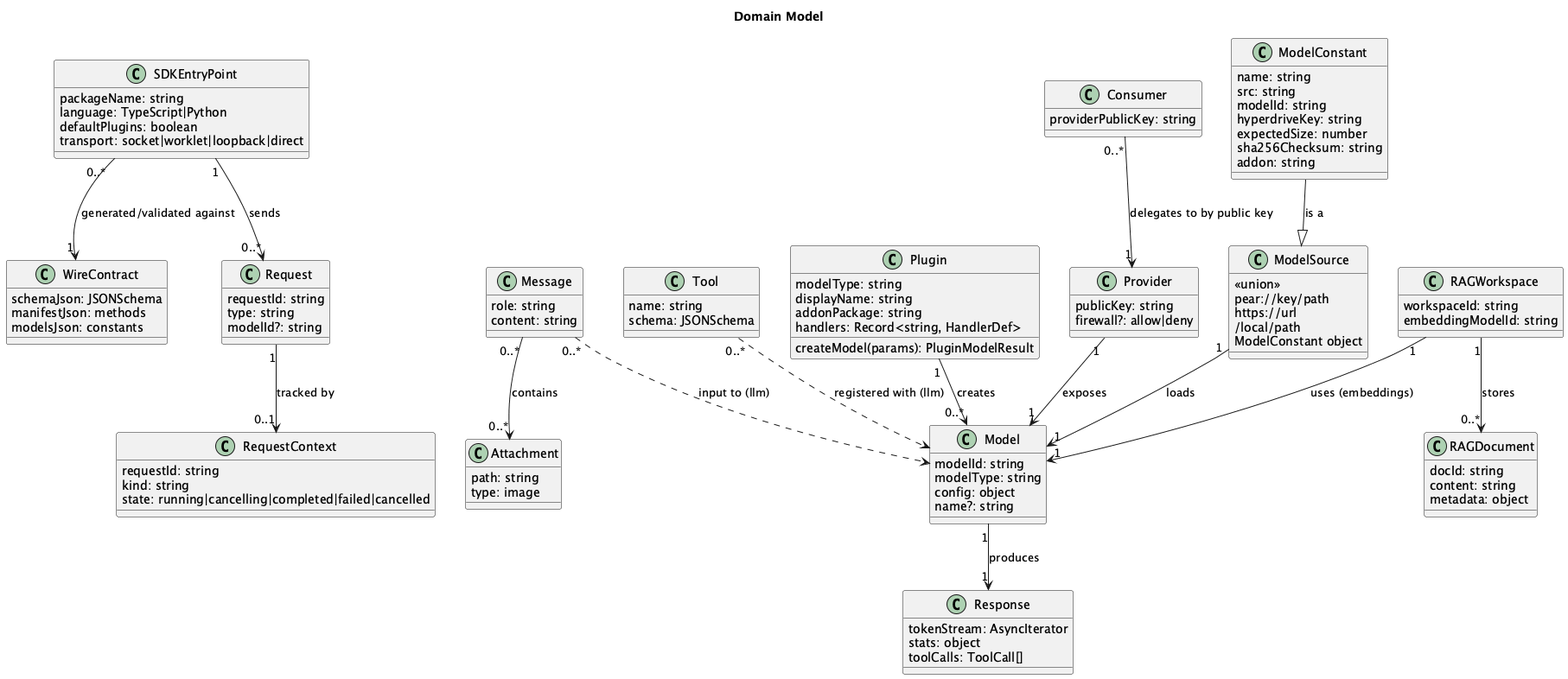
Above: docs/architecture/puml/images/06-domain-model.png in Zbig9000/qvac (PlantUML), before the change. Its diagram source:
```plantuml
@startuml
title Domain Model

top to bottom direction

class SDKEntryPoint {
    packageName: string
    language: TypeScript|Python
    defaultPlugins: boolean
    transport: socket|worklet|loopback|direct
}

class WireContract {
    schemaJson: JSONSchema
    manifestJson: methods
    modelsJson: constants
}

class Plugin {
    modelType: string
    displayName: string
    addonPackage: string
    handlers: Record<string, HandlerDef>
    createModel(params): PluginModelResult
}

class Model {
    modelId: string
    modelType: string
    config: object
    name?: string
}

class Request {
    requestId: string
    type: string
    modelId?: string
}

class RequestContext {
    requestId: string
    kind: string
    state: running|cancelling|completed|failed|cancelled
}

class ModelConstant {
    name: string
    src: string
    modelId: string
    hyperdriveKey: string
    expectedSize: number
    sha256Checksum: string
    addon: string
}

class ModelSource {
    <<union>>
    pear://key/path
    https://url
    /local/path
    ModelConstant object
}

class Message {
    role: string
    content: string
}

class Attachment {
    path: string
    type: image
}

class Tool {
    name: string
    schema: JSONSchema
}

class Response {
    tokenStream: AsyncIterator
    stats: object
    toolCalls: ToolCall[]
}

class RAGWorkspace {
    workspaceId: string
    embeddingModelId: string
}

class RAGDocument {
    docId: string
    content: string
    metadata: object
}

class Provider {
    publicKey: string
    firewall?: allow|deny
}

class Consumer {
    providerPublicKey: string
}

SDKEntryPoint "0..*" --> "1" WireContract : generated/validated against
SDKEntryPoint "1" --> "0..*" Request : sends
Plugin "1" --> "0..*" Model : creates
Request "1" --> "0..1" RequestContext : tracked by
ModelSource "1" --> "1" Model : loads
ModelConstant --|> ModelSource : is a

Message "0..*" --> "0..*" Attachment : contains
Message "0..*" ..> Model : input to (llm)
Tool "0..*" ..> Model : registered with (llm)
Model "1" --> "1" Response : produces

RAGWorkspace "1" --> "1" Model : uses (embeddings)
RAGWorkspace "1" --> "0..*" RAGDocument : stores

Provider "1" --> "1" Model : exposes
Consumer "0..*" --> "1" Provider : delegates to by public key

@enduml
```
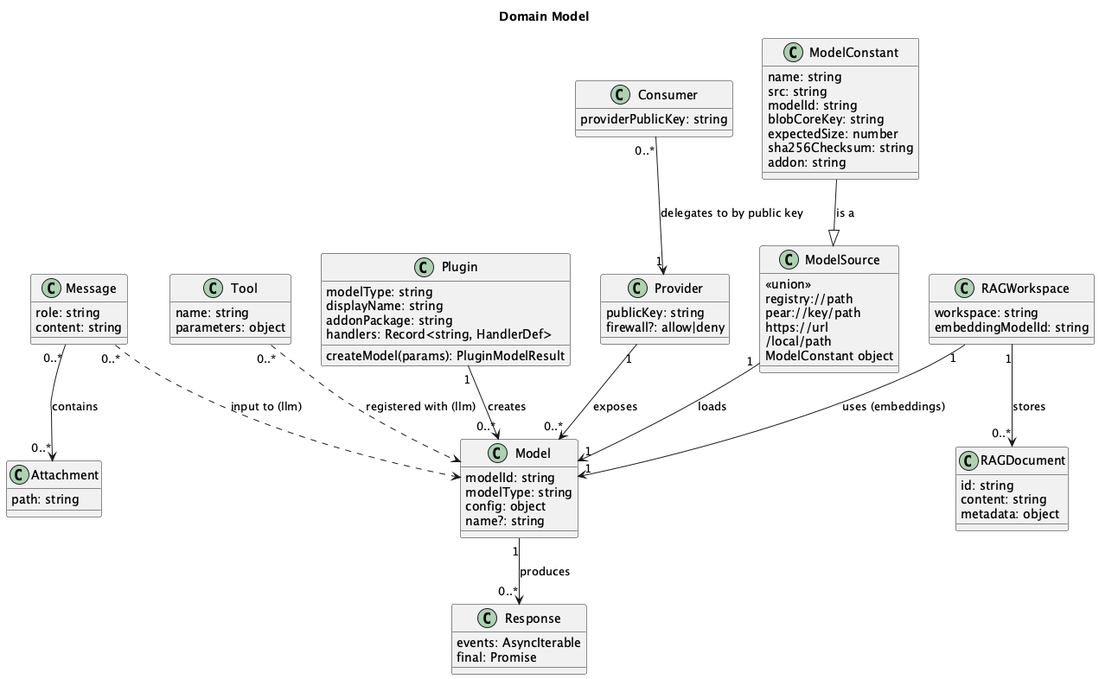
Later version of the same file.

What changed in the source:
```diff
@@ -2,19 +2,6 @@
 title Domain Model
 
 top to bottom direction
-
-class SDKEntryPoint {
-    packageName: string
-    language: TypeScript|Python
-    defaultPlugins: boolean
-    transport: socket|worklet|loopback|direct
-}
-
-class WireContract {
-    schemaJson: JSONSchema
-    manifestJson: methods
-    modelsJson: constants
-}
 
 class Plugin {
     modelType: string
@@ -31,23 +18,11 @@
     name?: string
 }
 
-class Request {
-    requestId: string
-    type: string
-    modelId?: string
-}
-
-class RequestContext {
-    requestId: string
-    kind: string
-    state: running|cancelling|completed|failed|cancelled
-}
-
 class ModelConstant {
     name: string
     src: string
     modelId: string
-    hyperdriveKey: string
+    blobCoreKey: string
     expectedSize: number
     sha256Checksum: string
     addon: string
@@ -55,6 +30,7 @@
 
 class ModelSource {
     <<union>>
+    registry://path
     pear://key/path
     https://url
     /local/path
@@ -68,27 +44,25 @@
 
 class Attachment {
     path: string
-    type: image
 }
 
 class Tool {
     name: string
-    schema: JSONSchema
+    parameters: object
 }
 
 class Response {
-    tokenStream: AsyncIterator
-    stats: object
-    toolCalls: ToolCall[]
+    events: AsyncIterable
+    final: Promise
 }
 
 class RAGWorkspace {
-    workspaceId: string
+    workspace: string
     embeddingModelId: string
 }
 
 class RAGDocument {
-    docId: string
+    id: string
     content: string
     metadata: object
 }
@@ -102,22 +76,19 @@
     providerPublicKey: string
 }
 
-SDKEntryPoint "0..*" --> "1" WireContract : generated/validated against
-SDKEntryPoint "1" --> "0..*" Request : sends
 Plugin "1" --> "0..*" Model : creates
-Request "1" --> "0..1" RequestContext : tracked by
 ModelSource "1" --> "1" Model : loads
 ModelConstant --|> ModelSource : is a
 
 Message "0..*" --> "0..*" Attachment : contains
 Message "0..*" ..> Model : input to (llm)
 Tool "0..*" ..> Model : registered with (llm)
-Model "1" --> "1" Response : produces
+Model "1" --> "0..*" Response : produces
 
 RAGWorkspace "1" --> "1" Model : uses (embeddings)
 RAGWorkspace "1" --> "0..*" RAGDocument : stores
 
-Provider "1" --> "1" Model : exposes
+Provider "1" --> "0..*" Model : exposes
 Consumer "0..*" --> "1" Provider : delegates to by public key
 
 @enduml
```
